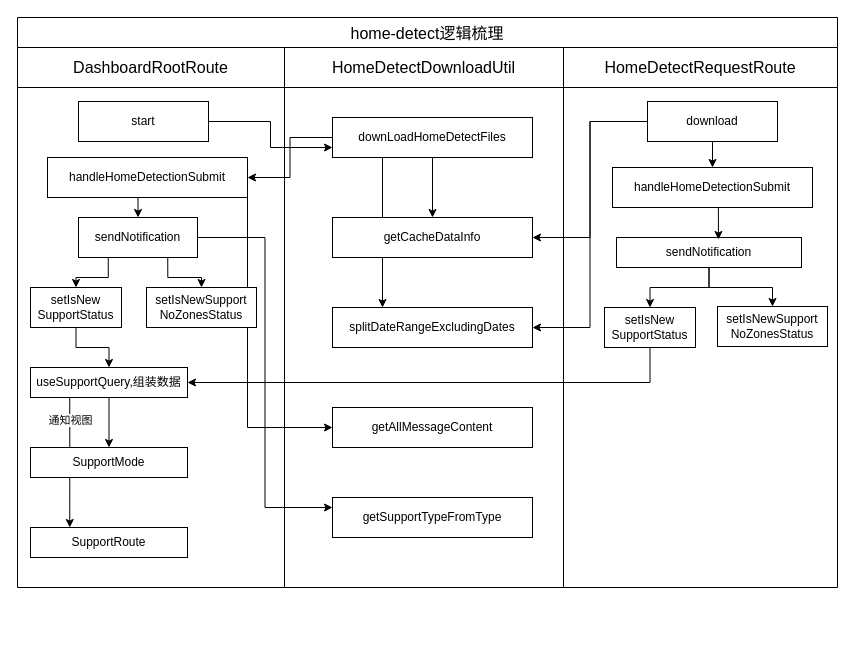
Above: 未命名绘图.drawio in yyhinbeijing/AFNetworking (draw.io), before the change. Source tidied: cells renumbered, new cells numbered last; positions are measured from the earlier drawing's top-left corner, leaving out a move shared by most shapes. Both pictures are drawn from the tidied source at 100%, with x=0, y=0 at pixel (17, 17).
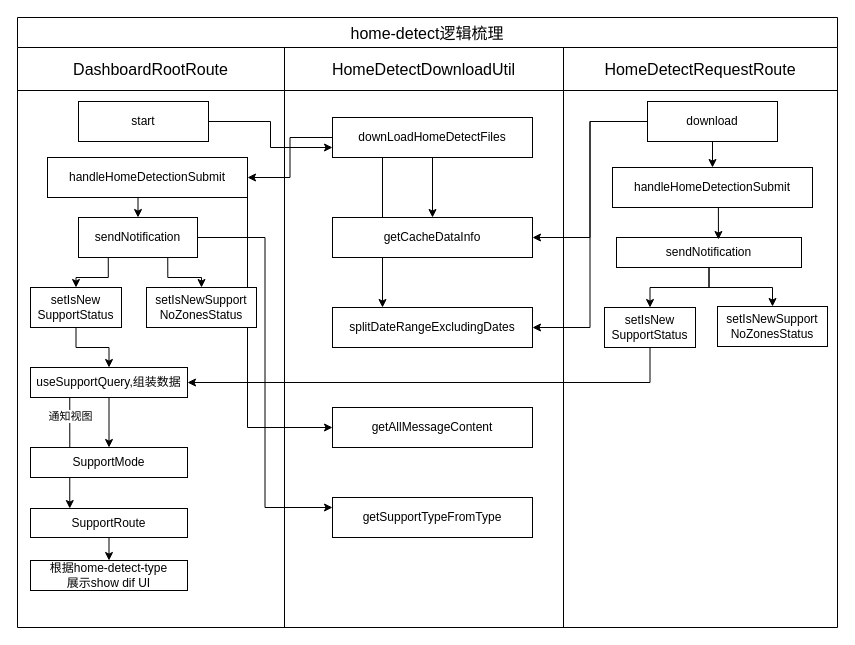
After the change.

Commit message (it also covers changes not shown here):
更新未命名绘图.drawio

What changed in the source:
```diff
@@
     <mxCell id="2" value="home-detect逻辑梳理" style="shape=table;startSize=30;childLayout=tableLayout;strokeColor=default;fontSize=16;" parent="1" vertex="1">
-      <mxGeometry width="820" height="570" as="geometry" />
+      <mxGeometry width="820" height="610" as="geometry" />
     </mxCell>
     <mxCell id="3" style="shape=tableRow;horizontal=0;startSize=0;swimlaneHead=0;swimlaneBody=0;strokeColor=inherit;top=0;left=0;bottom=0;right=0;fillColor=none;fontSize=16;" parent="2" vertex="1">
-      <mxGeometry y="30" width="820" height="40" as="geometry" />
+      <mxGeometry y="30" width="820" height="43" as="geometry" />
     </mxCell>
     <mxCell id="4" value="DashboardRootRoute" style="shape=partialRectangle;html=1;whiteSpace=wrap;strokeColor=inherit;overflow=hidden;fillColor=none;top=0;left=0;bottom=0;right=0;fontSize=16;" parent="3" vertex="1">
-      <mxGeometry width="267" height="40" as="geometry" />
+      <mxGeometry width="267" height="43" as="geometry" />
     </mxCell>
     <mxCell id="5" value="HomeDetectDownloadUtil" style="shape=partialRectangle;html=1;whiteSpace=wrap;strokeColor=inherit;overflow=hidden;fillColor=none;top=0;left=0;bottom=0;right=0;fontSize=16;" parent="3" vertex="1">
-      <mxGeometry x="267" width="279" height="40" as="geometry" />
+      <mxGeometry x="267" width="279" height="43" as="geometry" />
     </mxCell>
     <mxCell id="6" value="HomeDetectRequestRoute" style="shape=partialRectangle;html=1;whiteSpace=wrap;strokeColor=inherit;overflow=hidden;fillColor=none;top=0;left=0;bottom=0;right=0;fontSize=16;" parent="3" vertex="1">
-      <mxGeometry x="546" width="274" height="40" as="geometry" />
+      <mxGeometry x="546" width="274" height="43" as="geometry" />
     </mxCell>
     <mxCell id="7" style="shape=tableRow;horizontal=0;startSize=0;swimlaneHead=0;swimlaneBody=0;strokeColor=inherit;top=0;left=0;bottom=0;right=0;fillColor=none;fontSize=16;" parent="2" vertex="1">
-      <mxGeometry y="70" width="820" height="500" as="geometry" />
+      <mxGeometry y="73" width="820" height="537" as="geometry" />
     </mxCell>
     <mxCell id="8" style="shape=partialRectangle;html=1;whiteSpace=wrap;strokeColor=inherit;overflow=hidden;fillColor=none;top=0;left=0;bottom=0;right=0;fontSize=16;" parent="7" vertex="1">
-      <mxGeometry width="267" height="500" as="geometry" />
+      <mxGeometry width="267" height="537" as="geometry" />
     </mxCell>
     <mxCell id="9" style="shape=partialRectangle;html=1;whiteSpace=wrap;strokeColor=inherit;overflow=hidden;fillColor=none;top=0;left=0;bottom=0;right=0;fontSize=16;" parent="7" vertex="1">
-      <mxGeometry x="267" width="279" height="500" as="geometry" />
+      <mxGeometry x="267" width="279" height="537" as="geometry" />
     </mxCell>
     <mxCell id="10" style="shape=partialRectangle;html=1;whiteSpace=wrap;strokeColor=inherit;overflow=hidden;fillColor=none;top=0;left=0;bottom=0;right=0;fontSize=16;" parent="7" vertex="1">
-      <mxGeometry x="546" width="274" height="500" as="geometry" />
+      <mxGeometry x="546" width="274" height="537" as="geometry" />
     </mxCell>
@@
+    <mxCell id="49" style="edgeStyle=orthogonalEdgeStyle;rounded=0;jettySize=auto;html=1;exitX=0.5;exitY=1;exitDx=0;exitDy=0;entryX=0.5;entryY=0;entryDx=0;entryDy=0;" parent="1" edge="1" source="41" target="50">
+      <mxGeometry relative="1" as="geometry" />
+    </mxCell>
     <mxCell id="41" value="SupportRoute" style="rounded=0;whiteSpace=wrap;html=1;" parent="1" vertex="1">
-      <mxGeometry x="13" y="510" width="157" height="30" as="geometry" />
+      <mxGeometry x="13" y="491" width="157" height="29" as="geometry" />
     </mxCell>
@@
+    <mxCell id="50" value="根据home-detect-type&lt;div&gt;展示show dif UI&lt;/div&gt;" style="rounded=0;whiteSpace=wrap;html=1;" parent="1" vertex="1">
+      <mxGeometry x="13" y="543" width="157" height="30" as="geometry" />
+    </mxCell>
```
